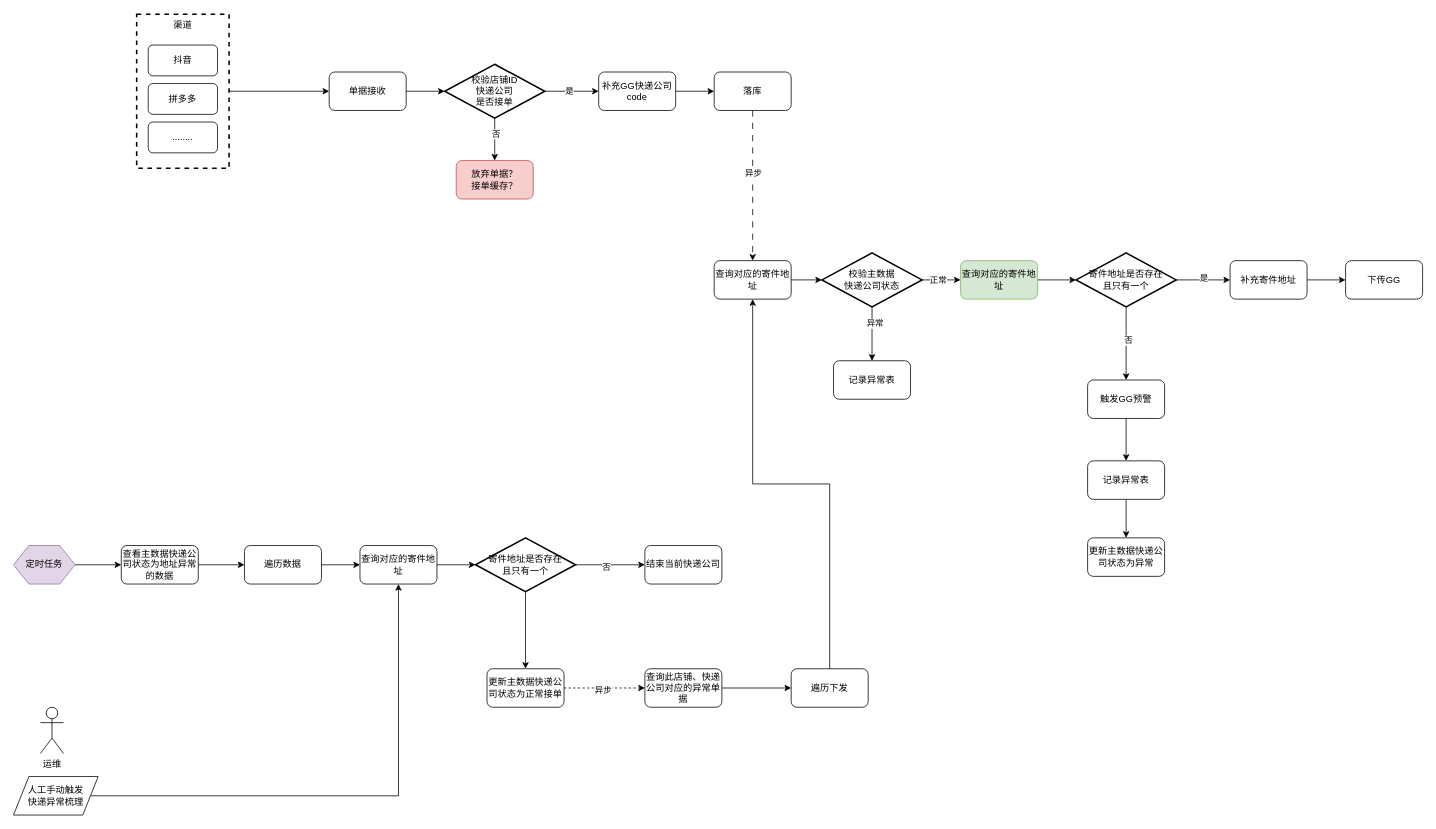
The draw.io diagram page "地址异常相关流程" (3 of 3) of ISV 对接.drawio in shixw/drawio-depository, before the edit. Source tidied: cells renumbered, new cells numbered last; positions are measured from the earlier drawing's top-left corner, leaving out a move shared by most shapes. Both pictures are drawn from the tidied source at 77%, with x=0, y=0 at pixel (13, 14).
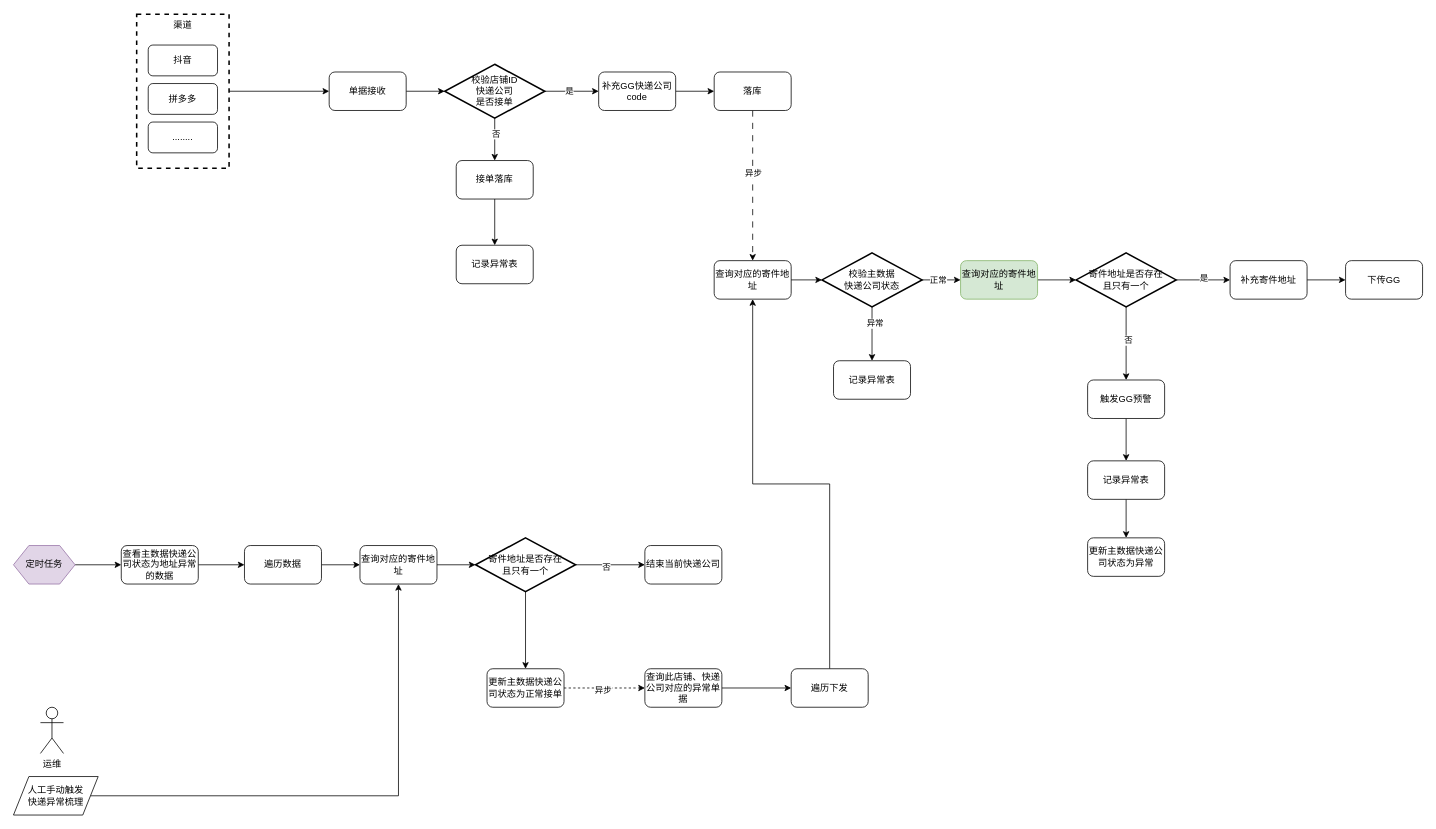
The same page after the edit.

What changed in the source:
```diff
@@
+    <mxCell id="66" style="edgeStyle=orthogonalEdgeStyle;rounded=0;jettySize=auto;html=1;" parent="1" edge="1" source="14" target="67">
+      <mxGeometry relative="1" as="geometry" />
+    </mxCell>
-    <mxCell id="14" value="放弃单据？&lt;br&gt;接单缓存？" style="rounded=1;whiteSpace=wrap;html=1;fillColor=#f8cecc;strokeColor=#b85450;" parent="1" vertex="1">
+    <mxCell id="14" value="接单落库" style="rounded=1;whiteSpace=wrap;html=1;" parent="1" vertex="1">
       <mxGeometry x="575" y="190" width="100" height="50" as="geometry" />
     </mxCell>
@@
+    <mxCell id="67" value="记录异常表" style="rounded=1;whiteSpace=wrap;html=1;" parent="1" vertex="1">
+      <mxGeometry x="575" y="300" width="100" height="50" as="geometry" />
+    </mxCell>
```
